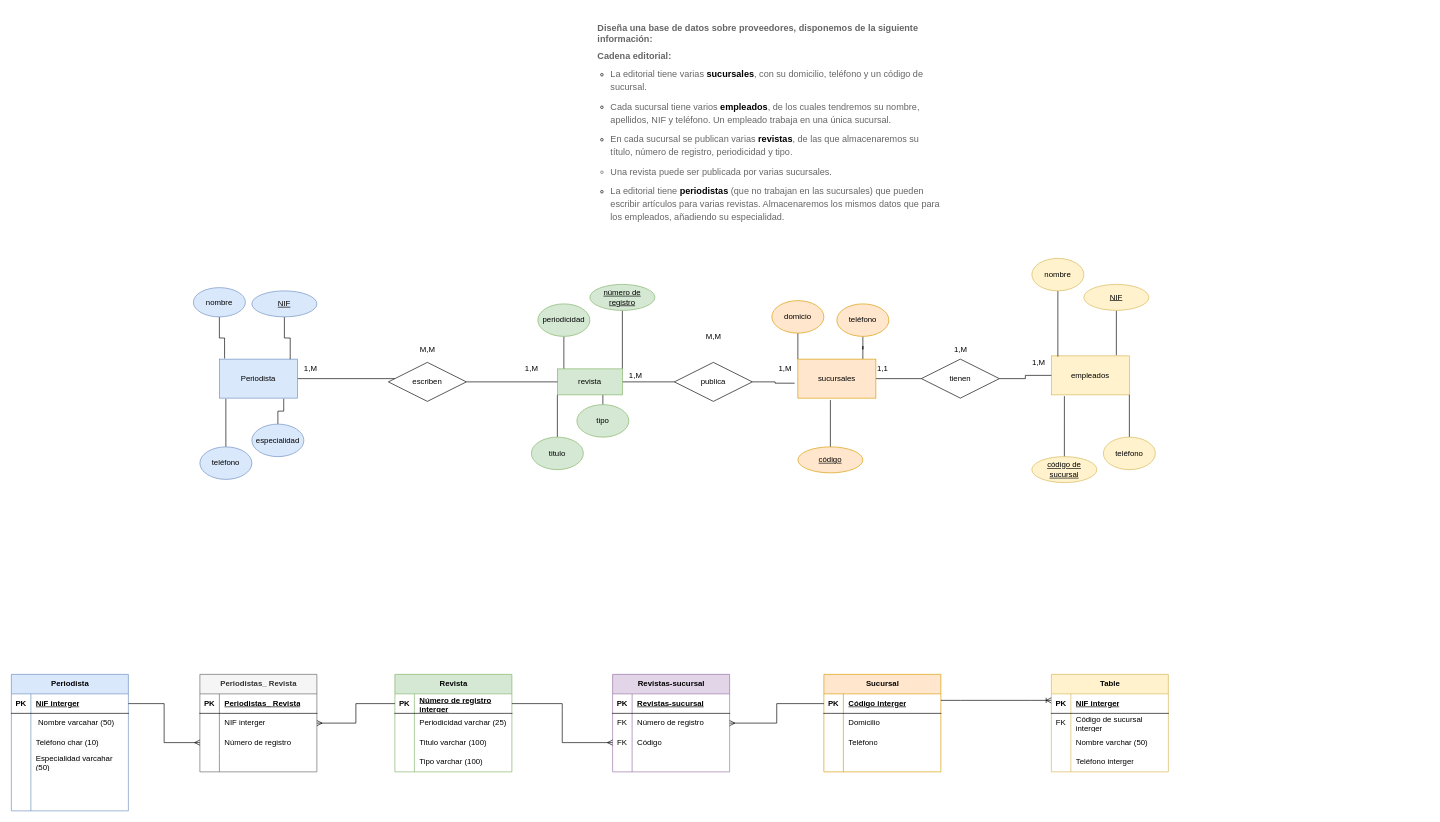
Before: Diagrama sin título.drawio in SandraGael/prueba, a draw.io diagram. Source tidied: cells renumbered, new cells numbered last; positions are measured from the earlier drawing's top-left corner, leaving out a move shared by most shapes. Both pictures are drawn from the tidied source at 65%, with x=0, y=0 at pixel (11, 18).
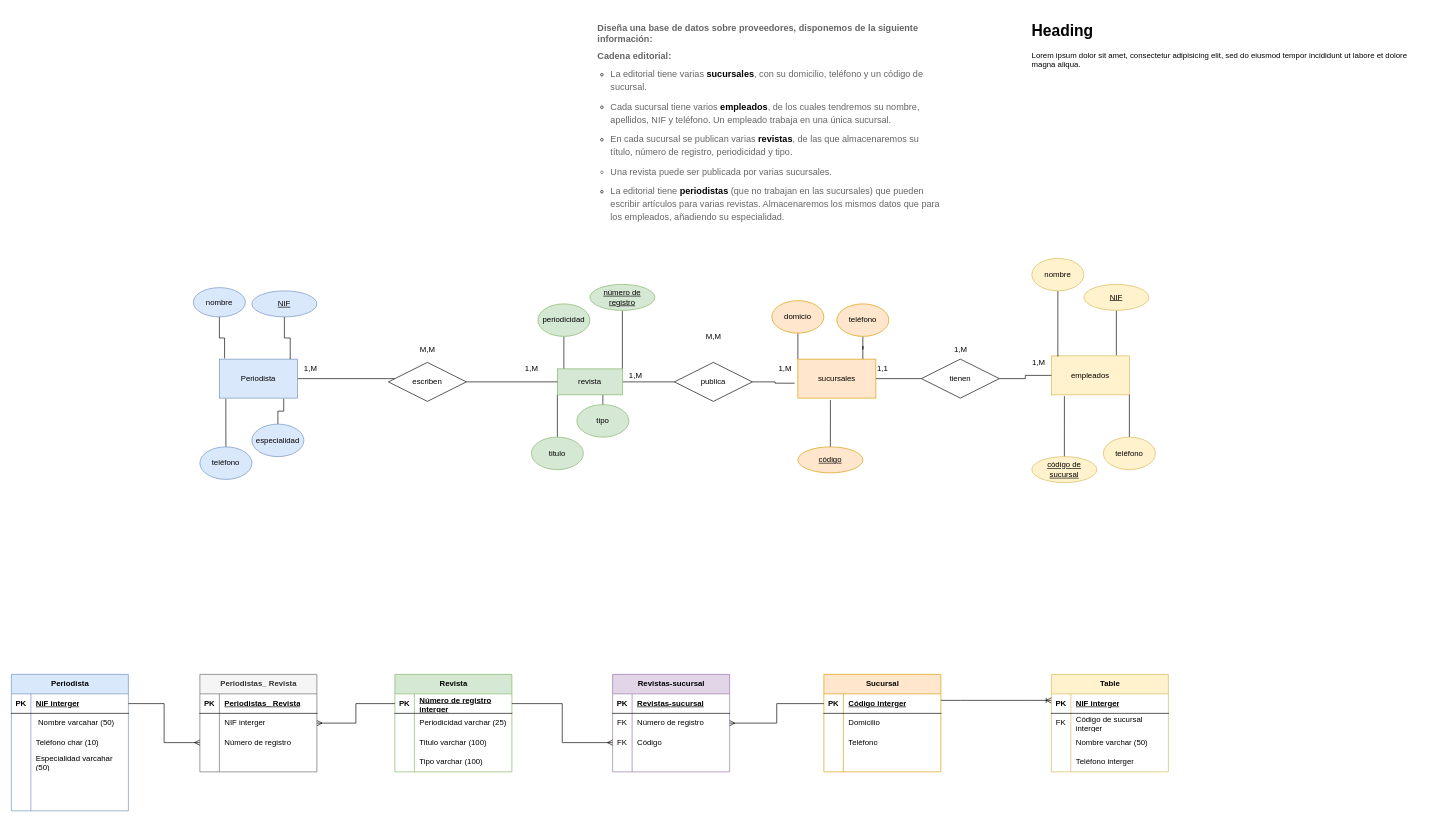
Above is the later version.

The edit, as a diff of the source:
```diff
@@
+    <mxCell id="144" value="&lt;h1&gt;Heading&lt;/h1&gt;&lt;p&gt;Lorem ipsum dolor sit amet, consectetur adipisicing elit, sed do eiusmod tempor incididunt ut labore et dolore magna aliqua.&lt;/p&gt;" style="text;html=1;strokeColor=none;fillColor=none;spacing=5;spacingTop=-20;whiteSpace=wrap;overflow=hidden;rounded=0;" parent="1" vertex="1">
+      <mxGeometry x="1565" width="615" height="120" as="geometry" />
+    </mxCell>
```
